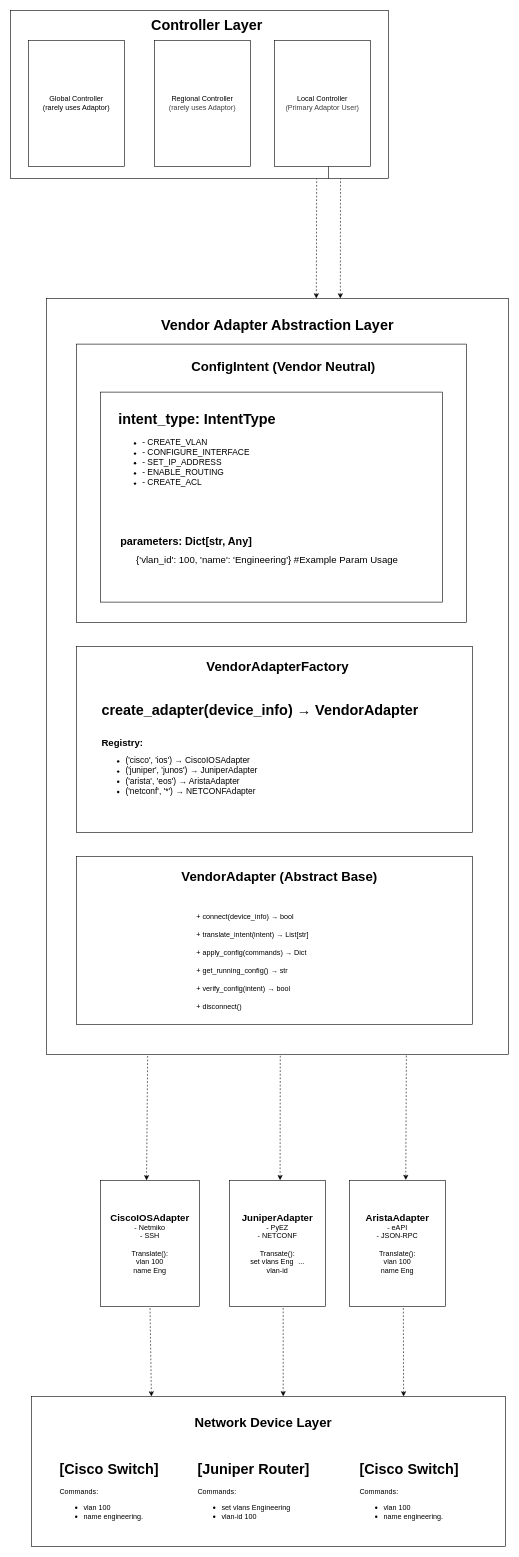
The draw.io diagram docs/architecture/VAAL_adaptor_diagrams/adaptor_architecture_component_architecture.drawio in preacher1045/Partially-Distributed-Smart-Network-Optimizer-PDSNO-, before the edit. Source tidied: cells renumbered, new cells numbered last; positions are measured from the earlier drawing's top-left corner, leaving out a move shared by most shapes. Both pictures are drawn from the tidied source at 60%, with x=0, y=0 at pixel (10, 10).
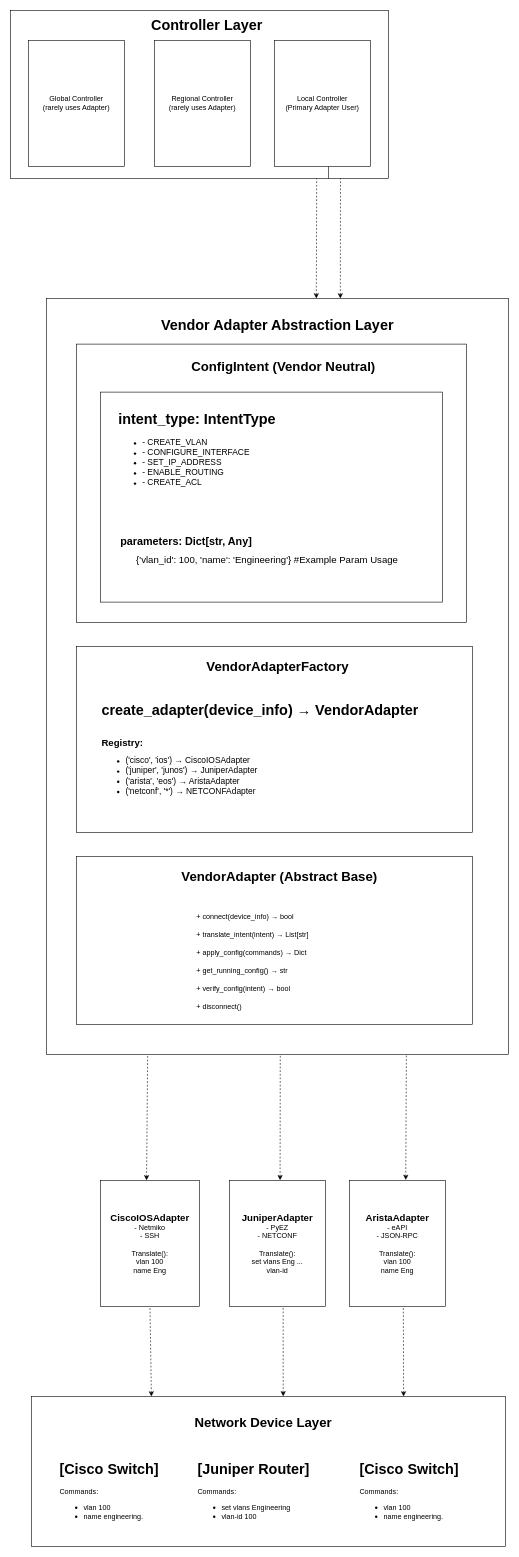
After the change.

What changed in the source:
```diff
@@
-    <mxCell id="3" value="Global Controller&lt;div&gt;(rarely uses Adaptor)&lt;/div&gt;" style="rounded=0;whiteSpace=wrap;html=1;" parent="1" vertex="1">
+    <mxCell id="3" value="Global Controller&lt;div&gt;(rarely uses Adapter)&lt;/div&gt;" style="rounded=0;whiteSpace=wrap;html=1;" parent="1" vertex="1">
       <mxGeometry x="30" y="50" width="160" height="210" as="geometry" />
     </mxCell>
-    <mxCell id="4" value="&lt;span style=&quot;color: rgb(0, 0, 0);&quot;&gt;Regional Controller&lt;/span&gt;&lt;div style=&quot;color: rgb(63, 63, 63); scrollbar-color: rgb(226, 226, 226) rgb(251, 251, 251);&quot;&gt;(rarely uses Adaptor)&lt;/div&gt;" style="rounded=0;whiteSpace=wrap;html=1;" parent="1" vertex="1">
+    <mxCell id="4" value="Regional Controller&lt;div&gt;(rarely uses Adapter)&lt;/div&gt;" style="rounded=0;whiteSpace=wrap;html=1;" parent="1" vertex="1">
       <mxGeometry x="240" y="50" width="160" height="210" as="geometry" />
     </mxCell>
-    <mxCell id="5" value="&lt;span style=&quot;color: rgb(0, 0, 0);&quot;&gt;Local Controller&lt;/span&gt;&lt;div style=&quot;color: rgb(63, 63, 63); scrollbar-color: rgb(226, 226, 226) rgb(251, 251, 251);&quot;&gt;(Primary Adaptor User)&lt;/div&gt;" style="rounded=0;whiteSpace=wrap;html=1;" parent="1" vertex="1">
+    <mxCell id="5" value="Local Controller&lt;div&gt;(Primary Adapter User)&lt;/div&gt;" style="rounded=0;whiteSpace=wrap;html=1;" parent="1" vertex="1">
       <mxGeometry x="440" y="50" width="160" height="210" as="geometry" />
     </mxCell>
@@
-    <mxCell id="12" value="&lt;b&gt;&lt;font style=&quot;font-size: 16px;&quot;&gt;JuniperAdapter&lt;/font&gt;&lt;/b&gt;&lt;div&gt;- PyEZ&lt;/div&gt;&lt;div&gt;- NETCONF&lt;/div&gt;&lt;div&gt;&lt;br&gt;&lt;/div&gt;&lt;div&gt;Transate():&lt;/div&gt;&lt;div&gt;set vlans Eng&lt;span style=&quot;white-space: pre;&quot;&gt;&#9;&lt;/span&gt;...&lt;/div&gt;&lt;div&gt;vlan-id&lt;/div&gt;" style="rounded=0;whiteSpace=wrap;html=1;" parent="1" vertex="1">
+    <mxCell id="12" value="&lt;b&gt;&lt;font style=&quot;font-size: 16px;&quot;&gt;JuniperAdapter&lt;/font&gt;&lt;/b&gt;&lt;div&gt;- PyEZ&lt;/div&gt;&lt;div&gt;- NETCONF&lt;/div&gt;&lt;div&gt;&lt;br&gt;&lt;/div&gt;&lt;div&gt;Translate():&lt;/div&gt;&lt;div&gt;set vlans Eng    ...&lt;/div&gt;&lt;div&gt;vlan-id&lt;/div&gt;" style="rounded=0;whiteSpace=wrap;html=1;" parent="1" vertex="1">
       <mxGeometry x="365" y="1950" width="160" height="210" as="geometry" />
     </mxCell>
```
